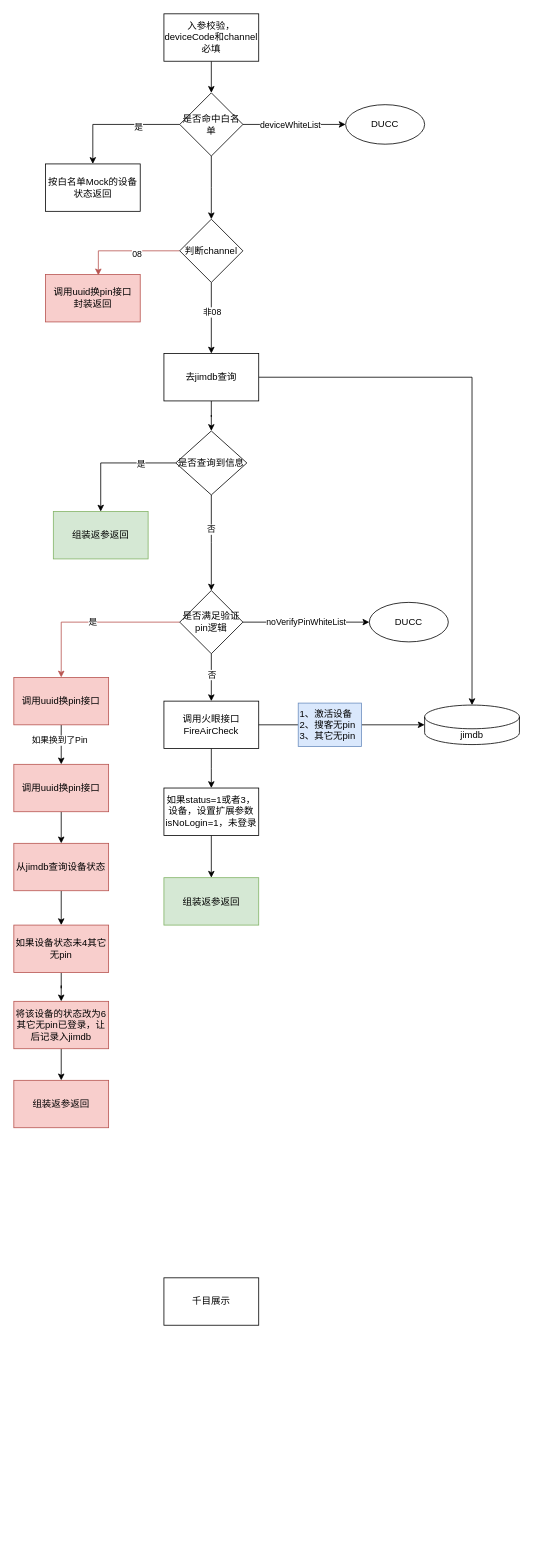
Earlier version of the draw.io diagram 诺曼底验资升级.drawio (BlankKelly/diagrams). Source tidied: cells renumbered, new cells numbered last; positions are measured from the earlier drawing's top-left corner, leaving out a move shared by most shapes. Both pictures are drawn from the tidied source at 79%, with x=0, y=0 at pixel (13, 13).
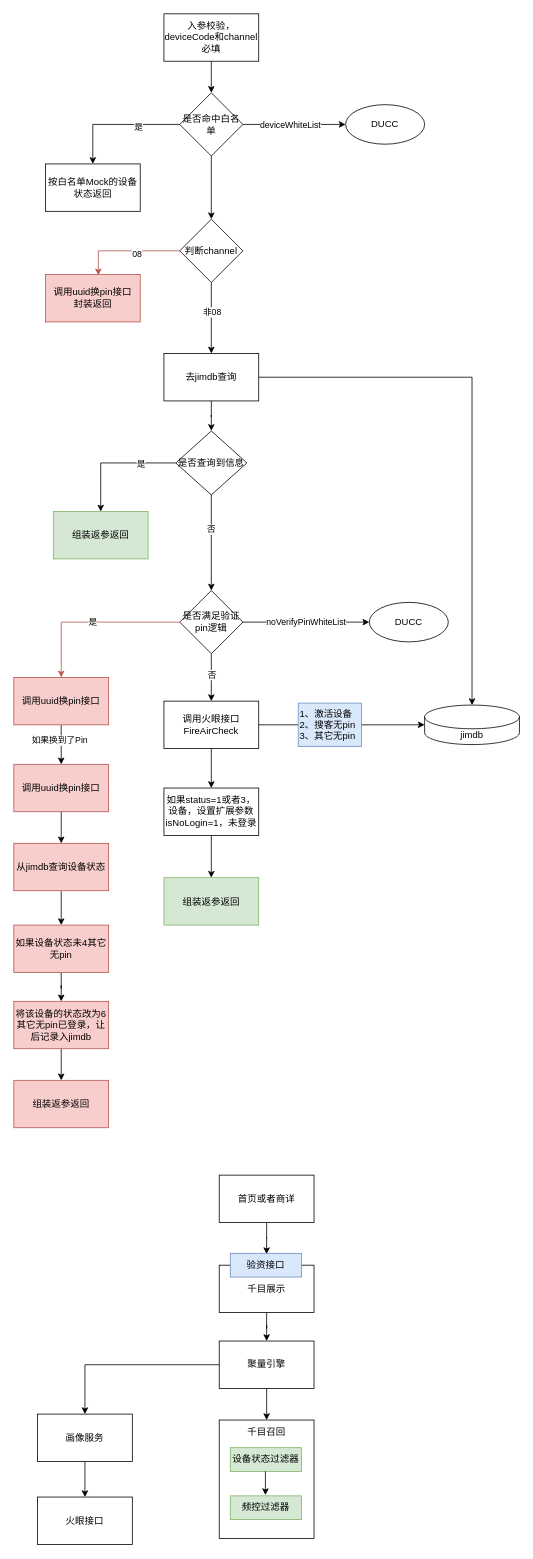
The same page after the edit.

Commit message:
更新诺曼底验资升级.drawio

The edit, as a diff of the source:
```diff
@@
+    <mxCell id="55" style="edgeStyle=orthogonalEdgeStyle;rounded=0;jettySize=auto;html=1;entryX=0.511;entryY=0.033;entryDx=0;entryDy=0;entryPerimeter=0;" parent="1" edge="1" source="54" target="58">
+      <mxGeometry relative="1" as="geometry" />
+    </mxCell>
-    <mxCell id="54" value="千目展示" style="rounded=0;whiteSpace=wrap;html=1;" parent="1" vertex="1">
-      <mxGeometry x="190" y="1600" width="120" height="60" as="geometry" />
+    <mxCell id="54" value="首页或者商详" style="rounded=0;whiteSpace=wrap;html=1;" parent="1" vertex="1">
+      <mxGeometry x="260" y="1470" width="120" height="60" as="geometry" />
     </mxCell>
+    <mxCell id="56" style="edgeStyle=orthogonalEdgeStyle;rounded=0;jettySize=auto;html=1;" parent="1" edge="1" source="57" target="61">
+      <mxGeometry relative="1" as="geometry" />
+    </mxCell>
+    <mxCell id="57" value="千目展示" style="rounded=0;whiteSpace=wrap;html=1;" parent="1" vertex="1">
+      <mxGeometry x="260" y="1584" width="120" height="60" as="geometry" />
+    </mxCell>
+    <mxCell id="58" value="验资接口" style="rounded=0;whiteSpace=wrap;html=1;fillColor=#dae8fc;strokeColor=#6c8ebf;" parent="1" vertex="1">
+      <mxGeometry x="274" y="1569" width="90" height="30" as="geometry" />
+    </mxCell>
+    <mxCell id="59" style="edgeStyle=orthogonalEdgeStyle;rounded=0;jettySize=auto;html=1;" parent="1" edge="1" source="61" target="62">
+      <mxGeometry relative="1" as="geometry" />
+    </mxCell>
+    <mxCell id="60" style="edgeStyle=orthogonalEdgeStyle;rounded=0;jettySize=auto;html=1;" parent="1" edge="1" source="61" target="68">
+      <mxGeometry relative="1" as="geometry" />
+    </mxCell>
+    <mxCell id="61" value="聚量引擎" style="rounded=0;whiteSpace=wrap;html=1;" parent="1" vertex="1">
+      <mxGeometry x="260" y="1680" width="120" height="60" as="geometry" />
+    </mxCell>
+    <mxCell id="62" style="rounded=0;whiteSpace=wrap;html=1;" parent="1" vertex="1">
+      <mxGeometry x="260" y="1780" width="120" height="150" as="geometry" />
+    </mxCell>
+    <mxCell id="63" value="设备状态过滤器" style="rounded=0;whiteSpace=wrap;html=1;fillColor=#d5e8d4;strokeColor=#82b366;" parent="1" vertex="1">
+      <mxGeometry x="274" y="1815" width="90" height="30" as="geometry" />
+    </mxCell>
+    <mxCell id="64" value="千目召回" style="text;html=1;strokeColor=none;fillColor=none;align=center;verticalAlign=middle;whiteSpace=wrap;rounded=0;" parent="1" vertex="1">
+      <mxGeometry x="290" y="1780" width="60" height="30" as="geometry" />
+    </mxCell>
+    <mxCell id="65" value="频控过滤器" style="rounded=0;whiteSpace=wrap;html=1;fillColor=#d5e8d4;strokeColor=#82b366;" parent="1" vertex="1">
+      <mxGeometry x="274" y="1876" width="90" height="30" as="geometry" />
+    </mxCell>
+    <mxCell id="66" style="endArrow=classic;html=1;rounded=0;" parent="1" edge="1">
+      <mxGeometry relative="1" as="geometry">
+        <mxPoint x="318.5" y="1845" as="sourcePoint" />
+        <mxPoint x="318.5" y="1875" as="targetPoint" />
+      </mxGeometry>
+    </mxCell>
+    <mxCell id="67" style="edgeStyle=orthogonalEdgeStyle;rounded=0;jettySize=auto;html=1;" parent="1" edge="1" source="68" target="69">
+      <mxGeometry relative="1" as="geometry" />
+    </mxCell>
+    <mxCell id="68" value="画像服务" style="rounded=0;whiteSpace=wrap;html=1;" parent="1" vertex="1">
+      <mxGeometry x="30" y="1772.5" width="120" height="60" as="geometry" />
+    </mxCell>
+    <mxCell id="69" value="火眼接口" style="rounded=0;whiteSpace=wrap;html=1;" parent="1" vertex="1">
+      <mxGeometry x="30" y="1877.5" width="120" height="60" as="geometry" />
+    </mxCell>
```
